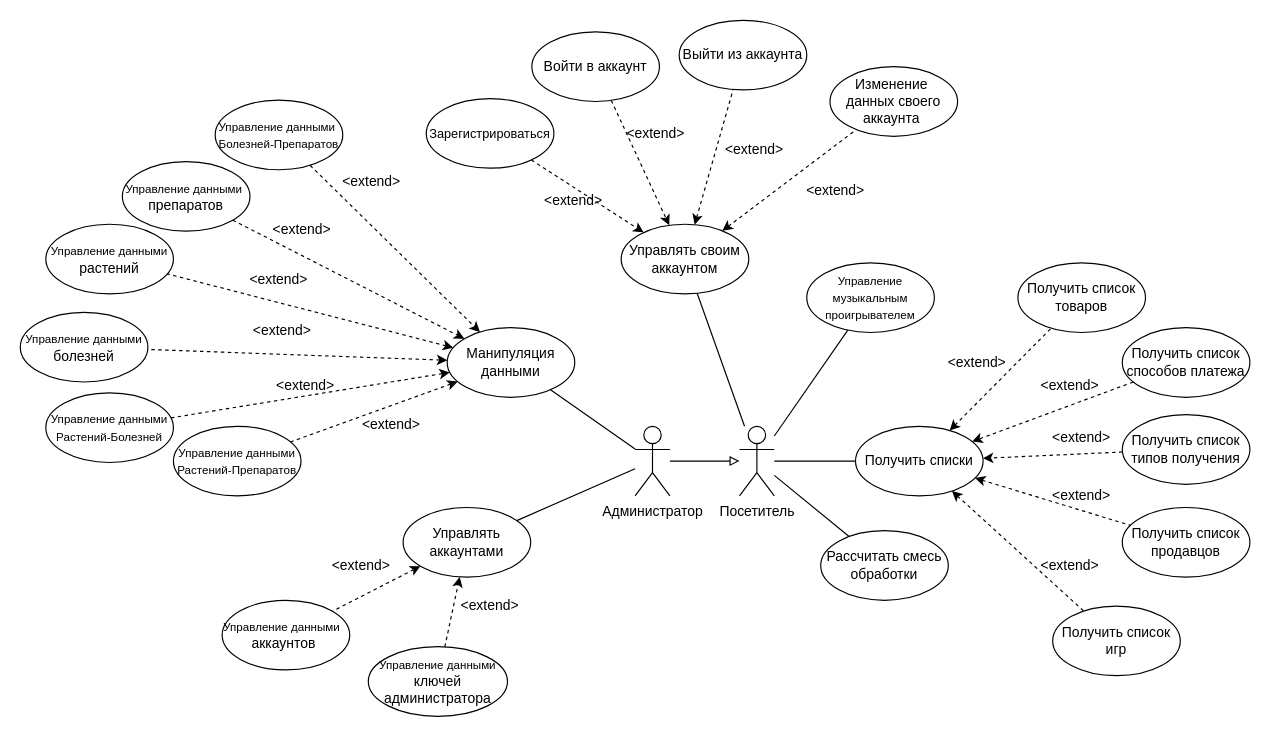
Before: coursework/diagrams/Что ты можешь.drawio in ThomasCharester/KursuchShop, a draw.io diagram. Source tidied: cells renumbered, new cells numbered last; positions are measured from the earlier drawing's top-left corner, leaving out a move shared by most shapes. Both pictures are drawn from the tidied source at 116%, with x=0, y=0 at pixel (20, 20).
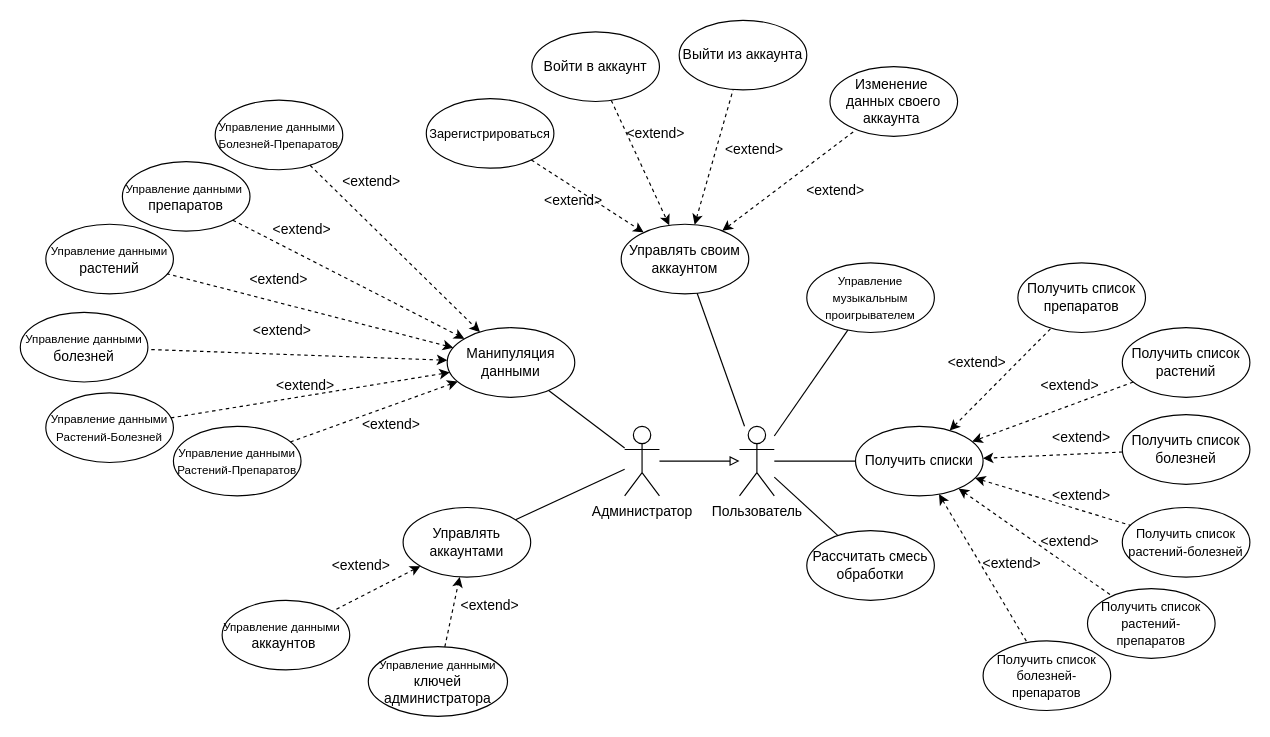
After the change.

The change refers to these unchanged cells:
```xml
<mxCell id="6" value="Получить списки" style="ellipse;whiteSpace=wrap;html=1;" parent="1" vertex="1">
  <mxGeometry x="720" y="350" width="110" height="60" as="geometry" />
</mxCell>
```

What changed in the source:
```diff
@@
-    <mxCell id="3" value="Посетитель" style="shape=umlActor;verticalLabelPosition=bottom;verticalAlign=top;html=1;outlineConnect=0;" parent="1" vertex="1">
+    <mxCell id="3" value="Пользователь" style="shape=umlActor;verticalLabelPosition=bottom;verticalAlign=top;html=1;outlineConnect=0;" parent="1" vertex="1">
       <mxGeometry x="620" y="350" width="30" height="60" as="geometry" />
     </mxCell>
@@
     <mxCell id="5" value="Администратор" style="shape=umlActor;verticalLabelPosition=bottom;verticalAlign=top;html=1;outlineConnect=0;" parent="1" vertex="1">
-      <mxGeometry x="530" y="350" width="30" height="60" as="geometry" />
+      <mxGeometry x="521" y="350" width="30" height="60" as="geometry" />
     </mxCell>
@@
-    <mxCell id="7" value="Получить список товаров" style="ellipse;whiteSpace=wrap;html=1;" parent="1" vertex="1">
+    <mxCell id="7" value="Получить список препаратов" style="ellipse;whiteSpace=wrap;html=1;" parent="1" vertex="1">
       <mxGeometry x="860" y="209.1" width="110" height="60" as="geometry" />
     </mxCell>
-    <mxCell id="8" value="Получить список способов платежа" style="ellipse;whiteSpace=wrap;html=1;" parent="1" vertex="1">
+    <mxCell id="8" value="Получить список растений" style="ellipse;whiteSpace=wrap;html=1;" parent="1" vertex="1">
       <mxGeometry x="950" y="265" width="110" height="60" as="geometry" />
     </mxCell>
-    <mxCell id="9" value="Получить список типов получения" style="ellipse;whiteSpace=wrap;html=1;" parent="1" vertex="1">
+    <mxCell id="9" value="Получить список болезней" style="ellipse;whiteSpace=wrap;html=1;" parent="1" vertex="1">
       <mxGeometry x="950" y="340" width="110" height="60" as="geometry" />
     </mxCell>
-    <mxCell id="10" value="Получить список продавцов" style="ellipse;whiteSpace=wrap;html=1;" parent="1" vertex="1">
+    <mxCell id="10" value="&lt;font style=&quot;font-size: 11px;&quot;&gt;Получить список растений-болезней&lt;/font&gt;" style="ellipse;whiteSpace=wrap;html=1;" parent="1" vertex="1">
       <mxGeometry x="950" y="420" width="110" height="60" as="geometry" />
     </mxCell>
-    <mxCell id="11" value="Получить список игр" style="ellipse;whiteSpace=wrap;html=1;" parent="1" vertex="1">
-      <mxGeometry x="890" y="505" width="110" height="60" as="geometry" />
+    <mxCell id="11" value="&lt;font style=&quot;font-size: 11px;&quot;&gt;Получить список растений-препаратов&lt;/font&gt;" style="ellipse;whiteSpace=wrap;html=1;" parent="1" vertex="1">
+      <mxGeometry x="920" y="490" width="110" height="60" as="geometry" />
     </mxCell>
@@
     <mxCell id="17" value="&amp;lt;extend&amp;gt;" style="text;html=1;align=center;verticalAlign=middle;whiteSpace=wrap;rounded=0;" parent="1" vertex="1">
-      <mxGeometry x="880" y="460" width="50" height="20" as="geometry" />
+      <mxGeometry x="880" y="440" width="50" height="20" as="geometry" />
     </mxCell>
@@
     <mxCell id="61" value="Рассчитать смесь обработки" style="ellipse;whiteSpace=wrap;html=1;" parent="1" vertex="1">
-      <mxGeometry x="690" y="440" width="110" height="60" as="geometry" />
+      <mxGeometry x="678" y="440" width="110" height="60" as="geometry" />
     </mxCell>
@@
+    <mxCell id="68" value="&lt;font style=&quot;font-size: 11px;&quot;&gt;Получить список болезней-препаратов&lt;/font&gt;" style="ellipse;whiteSpace=wrap;html=1;" parent="1" vertex="1">
+      <mxGeometry x="830" y="535" width="110" height="60" as="geometry" />
+    </mxCell>
+    <mxCell id="69" style="endArrow=none;html=1;rounded=0;dashed=1;endFill=0;startArrow=classic;startFill=1;" parent="1" edge="1" source="6" target="68">
+      <mxGeometry relative="1" as="geometry" />
+    </mxCell>
+    <mxCell id="70" value="&amp;lt;extend&amp;gt;" style="text;html=1;align=center;verticalAlign=middle;whiteSpace=wrap;rounded=0;" parent="1" vertex="1">
+      <mxGeometry x="830" y="459" width="50" height="20" as="geometry" />
+    </mxCell>
```
